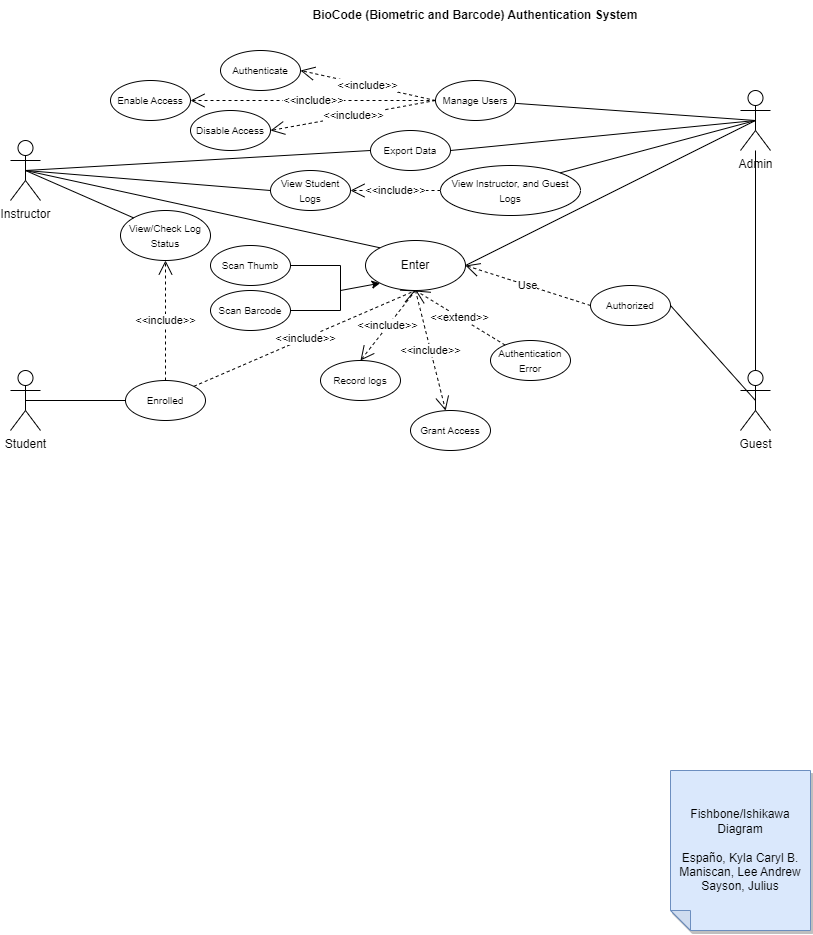
This is UseCaseDiagram.drawio.png from kaisunoo/Acads, a draw.io export, as it was before one commit. Source tidied: cells renumbered, new cells last; positions are measured from the earlier drawing's top-left corner, leaving out a move shared by most shapes.
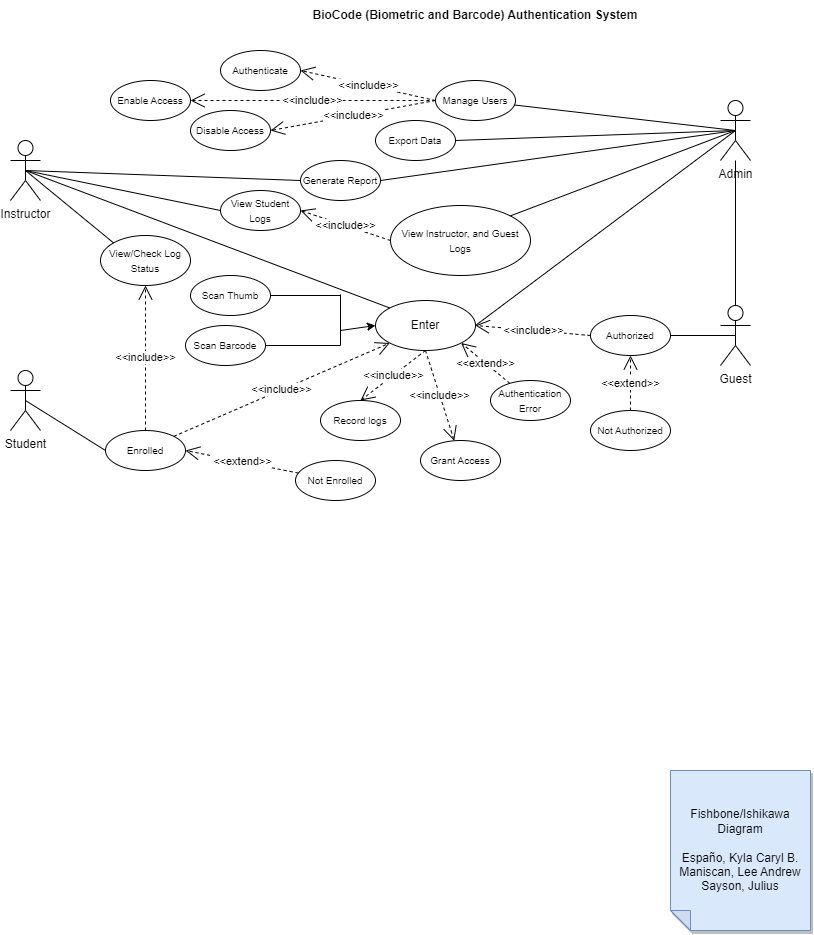
The same file after the commit.

Diff of the diagram source:
```diff
@@ -6,60 +6,55 @@
       <mxGeometry y="370" width="30" height="60" as="geometry" />
     </mxCell>
     <mxCell id="3" value="Admin" style="shape=umlActor;verticalLabelPosition=bottom;verticalAlign=top;html=1;outlineConnect=0;" parent="1" vertex="1">
-      <mxGeometry x="730" y="90" width="30" height="60" as="geometry" />
+      <mxGeometry x="710" y="100" width="30" height="60" as="geometry" />
     </mxCell>
     <mxCell id="4" value="Instructor&lt;br&gt;" style="shape=umlActor;verticalLabelPosition=bottom;verticalAlign=top;html=1;outlineConnect=0;" parent="1" vertex="1">
       <mxGeometry y="140" width="30" height="60" as="geometry" />
     </mxCell>
     <mxCell id="5" value="Guest" style="shape=umlActor;verticalLabelPosition=bottom;verticalAlign=top;html=1;outlineConnect=0;" parent="1" vertex="1">
-      <mxGeometry x="730" y="370" width="30" height="60" as="geometry" />
+      <mxGeometry x="710" y="305" width="30" height="60" as="geometry" />
     </mxCell>
     <mxCell id="6" value="Enter" style="ellipse;whiteSpace=wrap;html=1;" parent="1" vertex="1">
-      <mxGeometry x="355" y="240" width="100" height="50" as="geometry" />
+      <mxGeometry x="365" y="300" width="100" height="50" as="geometry" />
     </mxCell>
     <mxCell id="7" value="&lt;font style=&quot;font-size: 10px;&quot;&gt;Scan Thumb&lt;/font&gt;" style="ellipse;whiteSpace=wrap;html=1;" parent="1" vertex="1">
-      <mxGeometry x="200" y="245" width="80" height="40" as="geometry" />
+      <mxGeometry x="180" y="275" width="80" height="40" as="geometry" />
     </mxCell>
     <mxCell id="8" value="&lt;font style=&quot;font-size: 10px;&quot;&gt;Scan Barcode&lt;/font&gt;" style="ellipse;whiteSpace=wrap;html=1;" parent="1" vertex="1">
-      <mxGeometry x="200" y="290" width="80" height="40" as="geometry" />
+      <mxGeometry x="175" y="325" width="80" height="40" as="geometry" />
     </mxCell>
     <mxCell id="9" style="endArrow=none;html=1;rounded=0;exitX=1;exitY=0.5;exitDx=0;exitDy=0;" parent="1" edge="1" source="8">
       <mxGeometry relative="1" as="geometry">
-        <mxPoint x="330" y="310" as="targetPoint" />
+        <mxPoint x="330" y="345" as="targetPoint" />
       </mxGeometry>
     </mxCell>
     <mxCell id="10" style="endArrow=none;html=1;rounded=0;exitX=1;exitY=0.5;exitDx=0;exitDy=0;" parent="1" edge="1" source="7">
       <mxGeometry relative="1" as="geometry">
-        <mxPoint x="330" y="265" as="targetPoint" />
+        <mxPoint x="330" y="295" as="targetPoint" />
       </mxGeometry>
     </mxCell>
     <mxCell id="11" style="endArrow=none;html=1;rounded=0;" parent="1" edge="1">
       <mxGeometry relative="1" as="geometry">
-        <mxPoint x="330" y="310" as="sourcePoint" />
-        <mxPoint x="330" y="265" as="targetPoint" />
+        <mxPoint x="330" y="345" as="sourcePoint" />
+        <mxPoint x="330" y="294" as="targetPoint" />
       </mxGeometry>
     </mxCell>
-    <mxCell id="12" style="endArrow=classic;html=1;rounded=0;entryX=0;entryY=1;entryDx=0;entryDy=0;" parent="1" edge="1" target="6">
+    <mxCell id="12" style="endArrow=classic;html=1;rounded=0;entryX=0;entryY=0.5;entryDx=0;entryDy=0;" parent="1" edge="1" target="6">
       <mxGeometry relative="1" as="geometry">
-        <mxPoint x="330" y="290" as="sourcePoint" />
+        <mxPoint x="330" y="330" as="sourcePoint" />
       </mxGeometry>
     </mxCell>
-    <mxCell id="13" style="endArrow=none;html=1;rounded=0;exitX=0.5;exitY=0.5;exitDx=0;exitDy=0;exitPerimeter=0;entryX=0;entryY=0.5;entryDx=0;entryDy=0;" parent="1" edge="1" source="4" target="32">
-      <mxGeometry relative="1" as="geometry" />
-    </mxCell>
     <mxCell id="14" value="Record logs" style="ellipse;whiteSpace=wrap;html=1;fontSize=10;" parent="1" vertex="1">
-      <mxGeometry x="310" y="360" width="80" height="40" as="geometry" />
+      <mxGeometry x="310" y="400" width="80" height="40" as="geometry" />
     </mxCell>
     <mxCell id="15" style="endArrow=none;html=1;rounded=0;exitX=0.5;exitY=0.5;exitDx=0;exitDy=0;exitPerimeter=0;entryX=1;entryY=0.5;entryDx=0;entryDy=0;" parent="1" edge="1" source="3" target="32">
       <mxGeometry relative="1" as="geometry" />
     </mxCell>
     <mxCell id="16" value="&lt;font style=&quot;font-size: 10px;&quot;&gt;Authentication Error&lt;/font&gt;" style="ellipse;whiteSpace=wrap;html=1;" parent="1" vertex="1">
-      <mxGeometry x="480" y="340" width="80" height="40" as="geometry" />
+      <mxGeometry x="480" y="380" width="80" height="40" as="geometry" />
     </mxCell>
-    <mxCell id="17" value="&amp;lt;&amp;lt;extend&amp;gt;&amp;gt;" style="endArrow=open;endSize=12;dashed=1;html=1;rounded=0;" parent="1" edge="1" source="16">
-      <mxGeometry relative="1" as="geometry">
-        <mxPoint x="405" y="290" as="targetPoint" />
-      </mxGeometry>
+    <mxCell id="17" value="&amp;lt;&amp;lt;extend&amp;gt;&amp;gt;" style="endArrow=open;endSize=12;dashed=1;html=1;rounded=0;entryX=1;entryY=1;entryDx=0;entryDy=0;" parent="1" edge="1" source="16" target="6">
+      <mxGeometry relative="1" as="geometry" />
     </mxCell>
     <mxCell id="18" value="&lt;font style=&quot;font-size: 10px;&quot;&gt;Manage Users&lt;/font&gt;" style="ellipse;whiteSpace=wrap;html=1;" parent="1" vertex="1">
       <mxGeometry x="425" y="80" width="80" height="40" as="geometry" />
@@ -68,7 +63,7 @@
       <mxGeometry relative="1" as="geometry" />
     </mxCell>
     <mxCell id="20" value="&lt;font style=&quot;font-size: 10px;&quot;&gt;Grant Access&lt;/font&gt;" style="ellipse;whiteSpace=wrap;html=1;" parent="1" vertex="1">
-      <mxGeometry x="400" y="410" width="80" height="40" as="geometry" />
+      <mxGeometry x="410" y="440" width="80" height="40" as="geometry" />
     </mxCell>
     <mxCell id="21" value="&amp;lt;&amp;lt;include&amp;gt;&amp;gt;" style="endArrow=open;endSize=12;dashed=1;html=1;rounded=0;exitX=0.5;exitY=1;exitDx=0;exitDy=0;" parent="1" edge="1" source="6" target="20">
       <mxGeometry relative="1" as="geometry" />
@@ -104,16 +99,16 @@
       <mxGeometry relative="1" as="geometry" />
     </mxCell>
     <mxCell id="32" value="&lt;font style=&quot;font-size: 10px;&quot;&gt;Export Data&lt;/font&gt;" style="ellipse;whiteSpace=wrap;html=1;" parent="1" vertex="1">
-      <mxGeometry x="360" y="130" width="80" height="40" as="geometry" />
+      <mxGeometry x="365" y="120" width="80" height="40" as="geometry" />
     </mxCell>
     <mxCell id="33" value="&lt;font style=&quot;font-size: 10px;&quot;&gt;View Student Logs&lt;/font&gt;" style="ellipse;whiteSpace=wrap;html=1;" parent="1" vertex="1">
-      <mxGeometry x="260" y="170" width="80" height="40" as="geometry" />
+      <mxGeometry x="210" y="190" width="80" height="40" as="geometry" />
     </mxCell>
     <mxCell id="34" style="endArrow=none;html=1;rounded=0;entryX=0;entryY=0.5;entryDx=0;entryDy=0;exitX=0.5;exitY=0.5;exitDx=0;exitDy=0;exitPerimeter=0;" parent="1" edge="1" source="4" target="33">
       <mxGeometry relative="1" as="geometry" />
     </mxCell>
     <mxCell id="35" value="&lt;font style=&quot;font-size: 10px;&quot;&gt;View Instructor, and Guest Logs&lt;/font&gt;" style="ellipse;whiteSpace=wrap;html=1;" parent="1" vertex="1">
-      <mxGeometry x="430" y="165" width="140" height="50" as="geometry" />
+      <mxGeometry x="380" y="205" width="140" height="70" as="geometry" />
     </mxCell>
     <mxCell id="36" style="endArrow=none;html=1;rounded=0;entryX=0.5;entryY=0.5;entryDx=0;entryDy=0;entryPerimeter=0;exitX=1;exitY=0;exitDx=0;exitDy=0;" parent="1" edge="1" source="35" target="3">
       <mxGeometry relative="1" as="geometry" />
@@ -122,21 +117,21 @@
       <mxGeometry relative="1" as="geometry" />
     </mxCell>
     <mxCell id="38" value="&lt;font style=&quot;font-size: 10px;&quot;&gt;Enrolled&lt;/font&gt;" style="ellipse;whiteSpace=wrap;html=1;" parent="1" vertex="1">
-      <mxGeometry x="115" y="380" width="80" height="40" as="geometry" />
+      <mxGeometry x="95" y="430" width="80" height="40" as="geometry" />
     </mxCell>
     <mxCell id="39" value="&lt;font style=&quot;font-size: 10px;&quot;&gt;View/Check Log Status&lt;/font&gt;" style="ellipse;whiteSpace=wrap;html=1;" parent="1" vertex="1">
-      <mxGeometry x="110" y="210" width="90" height="50" as="geometry" />
+      <mxGeometry x="90" y="235" width="90" height="50" as="geometry" />
     </mxCell>
     <mxCell id="40" style="endArrow=none;html=1;rounded=0;exitX=0.5;exitY=0.5;exitDx=0;exitDy=0;exitPerimeter=0;entryX=0;entryY=0;entryDx=0;entryDy=0;" parent="1" edge="1" source="4" target="39">
       <mxGeometry relative="1" as="geometry" />
     </mxCell>
     <mxCell id="41" value="&lt;font style=&quot;font-size: 10px;&quot;&gt;Authorized&lt;/font&gt;" style="ellipse;whiteSpace=wrap;html=1;" parent="1" vertex="1">
-      <mxGeometry x="580" y="285" width="80" height="40" as="geometry" />
+      <mxGeometry x="580" y="315" width="80" height="40" as="geometry" />
     </mxCell>
     <mxCell id="42" style="endArrow=none;html=1;rounded=0;exitX=0.5;exitY=0.5;exitDx=0;exitDy=0;exitPerimeter=0;entryX=0;entryY=0;entryDx=0;entryDy=0;" parent="1" edge="1" source="4" target="6">
       <mxGeometry relative="1" as="geometry" />
     </mxCell>
-    <mxCell id="43" style="endArrow=none;html=1;rounded=0;entryX=0.5;entryY=0.5;entryDx=0;entryDy=0;entryPerimeter=0;exitX=1;exitY=0.5;exitDx=0;exitDy=0;" parent="1" edge="1" source="6" target="3">
+    <mxCell id="43" style="endArrow=none;html=1;rounded=0;exitX=1;exitY=0.5;exitDx=0;exitDy=0;entryX=0.5;entryY=0.5;entryDx=0;entryDy=0;entryPerimeter=0;" parent="1" edge="1" source="6" target="3">
       <mxGeometry relative="1" as="geometry" />
     </mxCell>
     <mxCell id="44" style="endArrow=none;html=1;rounded=0;entryX=0;entryY=0.5;entryDx=0;entryDy=0;exitX=0.5;exitY=0.5;exitDx=0;exitDy=0;exitPerimeter=0;" parent="1" edge="1" source="2" target="38">
@@ -145,14 +140,35 @@
     <mxCell id="45" value="&amp;lt;&amp;lt;include&amp;gt;&amp;gt;" style="endArrow=open;endSize=12;dashed=1;html=1;rounded=0;exitX=0.5;exitY=0;exitDx=0;exitDy=0;entryX=0.5;entryY=1;entryDx=0;entryDy=0;" parent="1" edge="1" source="38" target="39">
       <mxGeometry relative="1" as="geometry" />
     </mxCell>
-    <mxCell id="46" value="&amp;lt;&amp;lt;include&amp;gt;&amp;gt;" style="endArrow=open;endSize=12;dashed=1;html=1;rounded=0;exitX=1;exitY=0;exitDx=0;exitDy=0;entryX=0.5;entryY=1;entryDx=0;entryDy=0;" parent="1" edge="1" source="38" target="6">
+    <mxCell id="46" value="&amp;lt;&amp;lt;include&amp;gt;&amp;gt;" style="endArrow=open;endSize=12;dashed=1;html=1;rounded=0;exitX=1;exitY=0;exitDx=0;exitDy=0;entryX=0;entryY=1;entryDx=0;entryDy=0;" parent="1" edge="1" source="38" target="6">
       <mxGeometry relative="1" as="geometry" />
     </mxCell>
     <mxCell id="47" style="endArrow=none;html=1;rounded=0;entryX=0.5;entryY=0.5;entryDx=0;entryDy=0;entryPerimeter=0;exitX=1;exitY=0.5;exitDx=0;exitDy=0;" parent="1" edge="1" source="41" target="5">
       <mxGeometry relative="1" as="geometry" />
     </mxCell>
-    <mxCell id="48" value="Use" style="endArrow=open;endSize=12;dashed=1;html=1;rounded=0;exitX=0;exitY=0.5;exitDx=0;exitDy=0;entryX=1;entryY=0.5;entryDx=0;entryDy=0;" parent="1" edge="1" source="41" target="6">
+    <mxCell id="48" value="&amp;lt;&amp;lt;include&amp;gt;&amp;gt;" style="endArrow=open;endSize=12;dashed=1;html=1;rounded=0;exitX=0;exitY=0.5;exitDx=0;exitDy=0;entryX=1;entryY=0.5;entryDx=0;entryDy=0;" parent="1" edge="1" source="41" target="6">
       <mxGeometry relative="1" as="geometry" />
     </mxCell>
+    <mxCell id="49" value="&lt;font style=&quot;font-size: 10px;&quot;&gt;Generate Report&lt;/font&gt;" style="ellipse;whiteSpace=wrap;html=1;" parent="1" vertex="1">
+      <mxGeometry x="290" y="160" width="80" height="40" as="geometry" />
+    </mxCell>
+    <mxCell id="50" style="endArrow=none;html=1;rounded=0;entryX=0.5;entryY=0.5;entryDx=0;entryDy=0;entryPerimeter=0;exitX=1;exitY=0.5;exitDx=0;exitDy=0;" parent="1" edge="1" source="49" target="3">
+      <mxGeometry relative="1" as="geometry" />
+    </mxCell>
+    <mxCell id="51" style="endArrow=none;html=1;rounded=0;entryX=0;entryY=0.5;entryDx=0;entryDy=0;exitX=0.5;exitY=0.5;exitDx=0;exitDy=0;exitPerimeter=0;" parent="1" edge="1" source="4" target="49">
+      <mxGeometry relative="1" as="geometry" />
+    </mxCell>
+    <mxCell id="52" value="&lt;font style=&quot;font-size: 10px;&quot;&gt;Not Enrolled&lt;/font&gt;" style="ellipse;whiteSpace=wrap;html=1;" parent="1" vertex="1">
+      <mxGeometry x="285" y="460" width="80" height="40" as="geometry" />
+    </mxCell>
+    <mxCell id="53" value="&amp;lt;&amp;lt;extend&amp;gt;&amp;gt;" style="endArrow=open;endSize=12;dashed=1;html=1;rounded=0;entryX=1;entryY=0.5;entryDx=0;entryDy=0;" parent="1" edge="1" source="52" target="38">
+      <mxGeometry relative="1" as="geometry" />
+    </mxCell>
+    <mxCell id="54" value="&lt;font style=&quot;font-size: 10px;&quot;&gt;Not Authorized&lt;/font&gt;" style="ellipse;whiteSpace=wrap;html=1;" parent="1" vertex="1">
+      <mxGeometry x="580" y="410" width="80" height="40" as="geometry" />
+    </mxCell>
+    <mxCell id="55" value="&amp;lt;&amp;lt;extend&amp;gt;&amp;gt;" style="endArrow=open;endSize=12;dashed=1;html=1;rounded=0;exitX=0.5;exitY=0;exitDx=0;exitDy=0;entryX=0.5;entryY=1;entryDx=0;entryDy=0;" parent="1" edge="1" source="54" target="41">
+      <mxGeometry relative="1" as="geometry" />
+    </mxCell>
   </root>
 </mxGraphModel>
```
